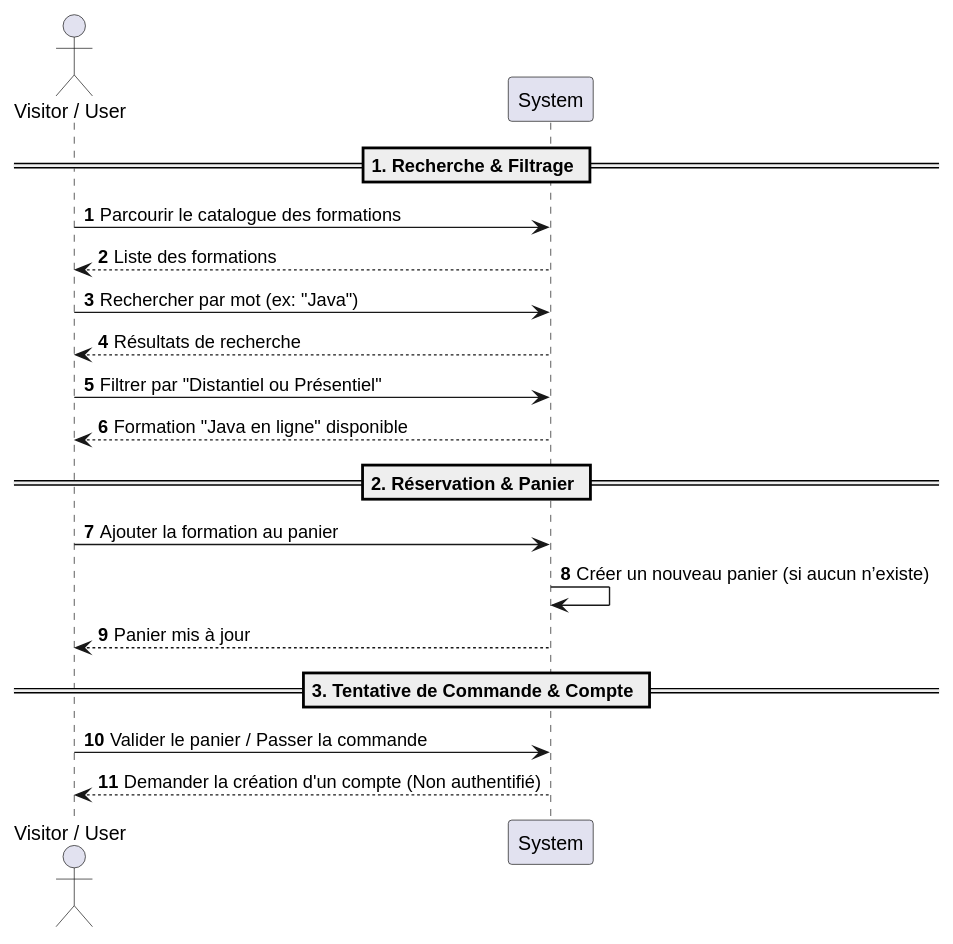
Above: doc/uml/3-sequence/sequence_diagram_for-the-Training_Sales-Application.svg in albanmartel/evaluation_metier_java (PlantUML), before the change.
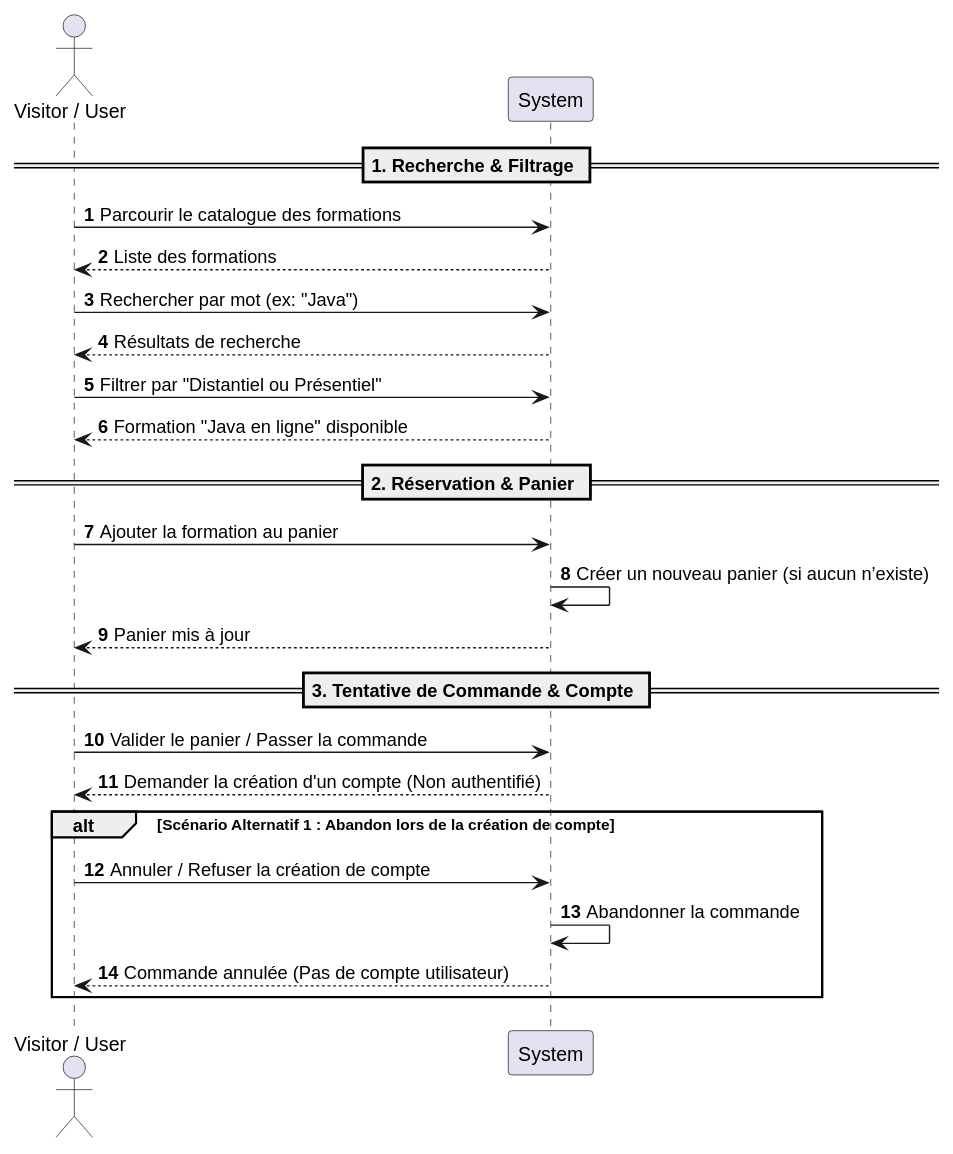
The same diagram one commit later.

Commit message:
Mise à jour du fichier d'image svg généré à partir du script plantUML avec un scénario alternatif : création de compte abandonné.

Diff of the diagram source:
```diff
@@ -21,4 +21,10 @@
 == 3. Tentative de Commande & Compte ==
 V -> S: Valider le panier / Passer la commande
 S --> V: Demander la création d'un compte (Non authentifié)
+
+alt Scénario Alternatif 1 : Abandon lors de la création de compte
+    V -> S: Annuler / Refuser la création de compte
+    S -> S: Abandonner la commande
+    S --> V: Commande annulée (Pas de compte utilisateur)
+
 @enduml
```
